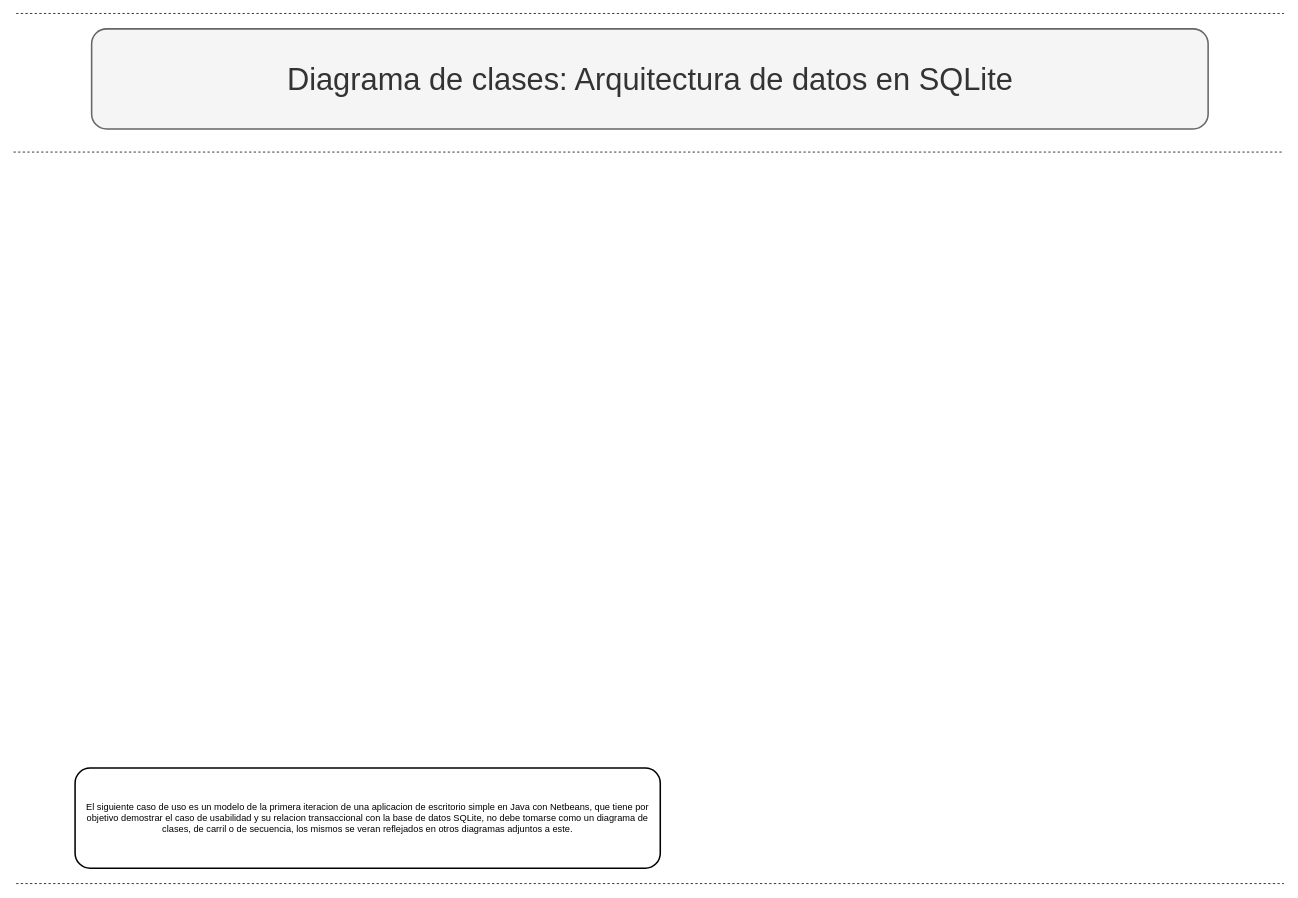
This is UML/classDiagram.drawio from jpromanonet/facultadClasesYProyectos, a draw.io file, before an edit. Source tidied: cells renumbered, new cells numbered last; positions are measured from the earlier drawing's top-left corner, leaving out a move shared by most shapes. Both pictures are drawn from the tidied source at 77%, with x=0, y=0 at pixel (13, 13).
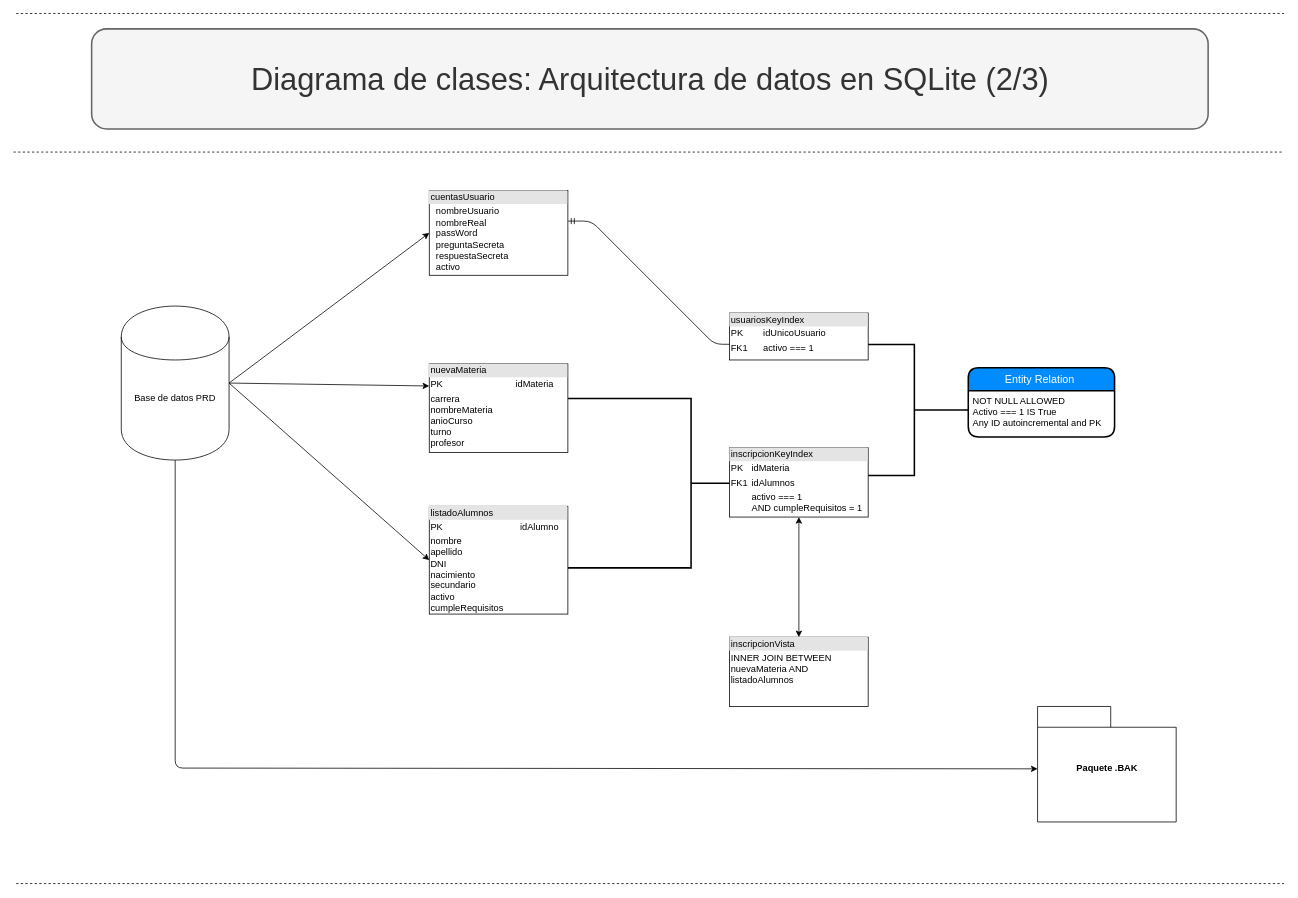
Above is the later version.

Commit message (it also covers changes not shown here):
Use case and class diagram

The edit, as a diff of the source:
```diff
@@
-    <mxCell id="2" value="El siguiente caso de uso es un modelo de la primera iteracion de una aplicacion de escritorio simple en Java con Netbeans, que tiene por objetivo demostrar el caso de usabilidad y su relacion transaccional con la base de datos SQLite, no debe tomarse como un diagrama de clases, de carril o de secuencia, los mismos se veran reflejados en otros diagramas adjuntos a este." style="text;html=1;strokeColor=#000000;fillColor=none;align=center;verticalAlign=middle;whiteSpace=wrap;rounded=1;strokeWidth=2;glass=0;" parent="1" vertex="1">
-      <mxGeometry x="80" y="980" width="760" height="130" as="geometry" />
-    </mxCell>
-    <mxCell id="3" value="&lt;font style=&quot;font-size: 40px&quot;&gt;Diagrama de clases: Arquitectura de datos en SQLite&lt;/font&gt;" style="text;html=1;align=center;verticalAlign=middle;whiteSpace=wrap;rounded=1;glass=0;fillColor=#f5f5f5;strokeColor=#666666;fontColor=#333333;strokeWidth=2;" parent="1" vertex="1">
+    <mxCell id="3" value="&lt;font style=&quot;font-size: 40px&quot;&gt;Diagrama de clases: Arquitectura de datos en SQLite (2/3)&lt;/font&gt;" style="text;html=1;align=center;verticalAlign=middle;whiteSpace=wrap;rounded=1;glass=0;fillColor=#f5f5f5;strokeColor=#666666;fontColor=#333333;strokeWidth=2;" parent="1" vertex="1">
       <mxGeometry x="101.5" y="20" width="1450" height="130" as="geometry" />
     </mxCell>
@@
+    <mxCell id="7" style="strokeWidth=2;html=1;shape=mxgraph.flowchart.annotation_2;align=left;labelPosition=right;direction=west;" parent="1" vertex="1">
+      <mxGeometry x="720" y="500" width="320" height="220" as="geometry" />
+    </mxCell>
+    <mxCell id="8" style="edgeStyle=entityRelationEdgeStyle;fontSize=12;html=1;endArrow=ERmandOne;startArrow=ERmandOne;entryX=0;entryY=0.5;entryDx=0;entryDy=0;exitX=1;exitY=0.5;exitDx=0;exitDy=0;" parent="1" edge="1">
+      <mxGeometry relative="1" as="geometry">
+        <mxPoint x="720.4" y="269.6" as="sourcePoint" />
+        <mxPoint x="940.4" y="429.6" as="targetPoint" />
+      </mxGeometry>
+    </mxCell>
+    <mxCell id="9" value="Entity Relation " style="swimlane;horizontal=1;startSize=30;fillColor=#008cff;fontColor=#FFFFFF;rounded=1;fontSize=14;fontStyle=0;strokeWidth=2;shadow=0;dashed=0;align=center;" parent="1" vertex="1">
+      <mxGeometry x="1240" y="460" width="190" height="90" as="geometry" />
+    </mxCell>
+    <mxCell id="10" value="NOT NULL ALLOWED&#10;Activo === 1 IS True&#10;Any ID autoincremental and PK&#10;" style="align=left;strokeColor=none;fillColor=none;spacingLeft=4;fontSize=12;verticalAlign=top;" parent="9" vertex="1">
+      <mxGeometry y="30" width="190" height="60" as="geometry" />
+    </mxCell>
+    <mxCell id="11" style="strokeWidth=2;html=1;shape=mxgraph.flowchart.annotation_2;align=left;labelPosition=right;direction=west;" parent="1" vertex="1">
+      <mxGeometry x="1100" y="430" width="140" height="170" as="geometry" />
+    </mxCell>
+    <mxCell id="12" value="&lt;div style=&quot;box-sizing: border-box ; width: 100% ; background: #e4e4e4 ; padding: 2px&quot;&gt;usuariosKeyIndex&lt;/div&gt;&lt;table style=&quot;width: 100% ; font-size: 1em&quot; cellpadding=&quot;2&quot; cellspacing=&quot;0&quot;&gt;&lt;tbody&gt;&lt;tr&gt;&lt;td&gt;PK&lt;/td&gt;&lt;td&gt;idUnicoUsuario&lt;/td&gt;&lt;/tr&gt;&lt;tr&gt;&lt;td&gt;FK1&lt;/td&gt;&lt;td&gt;activo === 1&lt;/td&gt;&lt;/tr&gt;&lt;tr&gt;&lt;td&gt;&lt;/td&gt;&lt;td&gt;&lt;br&gt;&lt;/td&gt;&lt;/tr&gt;&lt;/tbody&gt;&lt;/table&gt;" style="verticalAlign=top;align=left;overflow=fill;html=1;" parent="1" vertex="1">
+      <mxGeometry x="930" y="389" width="180" height="61" as="geometry" />
+    </mxCell>
+    <mxCell id="13" value="&lt;div style=&quot;box-sizing: border-box ; width: 100% ; background: #e4e4e4 ; padding: 2px&quot;&gt;inscripcionKeyIndex&lt;/div&gt;&lt;table style=&quot;width: 100% ; font-size: 1em&quot; cellpadding=&quot;2&quot; cellspacing=&quot;0&quot;&gt;&lt;tbody&gt;&lt;tr&gt;&lt;td&gt;PK&lt;/td&gt;&lt;td&gt;idMateria&lt;/td&gt;&lt;/tr&gt;&lt;tr&gt;&lt;td&gt;FK1&lt;/td&gt;&lt;td&gt;idAlumnos&lt;/td&gt;&lt;/tr&gt;&lt;tr&gt;&lt;td&gt;&lt;/td&gt;&lt;td&gt;activo === 1&lt;br&gt;AND cumpleRequisitos = 1&lt;/td&gt;&lt;/tr&gt;&lt;/tbody&gt;&lt;/table&gt;" style="verticalAlign=top;align=left;overflow=fill;html=1;" parent="1" vertex="1">
+      <mxGeometry x="930" y="564" width="180" height="90" as="geometry" />
+    </mxCell>
+    <mxCell id="14" value="Base de datos PRD" style="shape=cylinder;whiteSpace=wrap;html=1;boundedLbl=1;backgroundOutline=1;" parent="1" vertex="1">
+      <mxGeometry x="140" y="380" width="140" height="200" as="geometry" />
+    </mxCell>
+    <mxCell id="15" style="endArrow=classic;html=1;exitX=0.5;exitY=1;exitDx=0;exitDy=0;entryX=0;entryY=0.5;entryDx=0;entryDy=0;" parent="1" edge="1" source="14">
+      <mxGeometry relative="1" as="geometry">
+        <mxPoint x="1330" y="981" as="targetPoint" />
+        <Array as="points">
+          <mxPoint x="210" y="980" />
+        </Array>
+      </mxGeometry>
+    </mxCell>
+    <mxCell id="16" value="&lt;div style=&quot;box-sizing: border-box ; width: 100% ; background: #e4e4e4 ; padding: 2px&quot;&gt;cuentasUsuario&lt;/div&gt;&lt;table style=&quot;width: 100% ; font-size: 1em&quot; cellpadding=&quot;2&quot; cellspacing=&quot;0&quot;&gt;&lt;tbody&gt;&lt;tr&gt;&lt;td&gt;&lt;br&gt;&lt;/td&gt;&lt;td&gt;nombreUsuario&lt;br&gt;nombreReal&lt;br&gt;passWord&lt;br&gt;preguntaSecreta&lt;br&gt;respuestaSecreta&lt;br&gt;activo&lt;br&gt;&lt;br&gt;&lt;/td&gt;&lt;/tr&gt;&lt;tr&gt;&lt;td&gt;&lt;br&gt;&lt;/td&gt;&lt;td&gt;&lt;/td&gt;&lt;/tr&gt;&lt;/tbody&gt;&lt;/table&gt;" style="verticalAlign=top;align=left;overflow=fill;html=1;" parent="1" vertex="1">
+      <mxGeometry x="540" y="230" width="180" height="110" as="geometry" />
+    </mxCell>
+    <mxCell id="17" value="&lt;div style=&quot;box-sizing: border-box ; width: 100% ; background: #e4e4e4 ; padding: 2px&quot;&gt;nuevaMateria&lt;/div&gt;&lt;table style=&quot;width: 100% ; font-size: 1em&quot; cellpadding=&quot;2&quot; cellspacing=&quot;0&quot;&gt;&lt;tbody&gt;&lt;tr&gt;&lt;td&gt;PK&lt;/td&gt;&lt;td&gt;idMateria&lt;/td&gt;&lt;/tr&gt;&lt;tr&gt;&lt;td&gt;carrera&lt;br&gt;nombreMateria&lt;br&gt;anioCurso&lt;br&gt;turno&lt;br&gt;profesor&lt;/td&gt;&lt;td&gt;&lt;/td&gt;&lt;/tr&gt;&lt;/tbody&gt;&lt;/table&gt;" style="verticalAlign=top;align=left;overflow=fill;html=1;" parent="1" vertex="1">
+      <mxGeometry x="540" y="455" width="180" height="115" as="geometry" />
+    </mxCell>
+    <mxCell id="18" value="&lt;div style=&quot;box-sizing: border-box ; width: 100% ; background: #e4e4e4 ; padding: 2px&quot;&gt;listadoAlumnos&lt;/div&gt;&lt;table style=&quot;width: 100% ; font-size: 1em&quot; cellpadding=&quot;2&quot; cellspacing=&quot;0&quot;&gt;&lt;tbody&gt;&lt;tr&gt;&lt;td&gt;PK&lt;/td&gt;&lt;td&gt;idAlumno&lt;/td&gt;&lt;/tr&gt;&lt;tr&gt;&lt;td&gt;nombre&lt;br&gt;apellido&lt;br&gt;DNI&lt;br&gt;nacimiento&lt;br&gt;secundario&lt;br&gt;activo&lt;br&gt;cumpleRequisitos&lt;/td&gt;&lt;td&gt;&lt;/td&gt;&lt;/tr&gt;&lt;/tbody&gt;&lt;/table&gt;" style="verticalAlign=top;align=left;overflow=fill;html=1;" parent="1" vertex="1">
+      <mxGeometry x="540" y="640" width="180" height="140" as="geometry" />
+    </mxCell>
+    <mxCell id="19" value="&lt;blockquote style=&quot;text-align: justify&quot;&gt;Paquete .BAK&lt;/blockquote&gt;" style="shape=folder;fontStyle=1;spacingTop=10;tabWidth=95;tabHeight=27;tabPosition=left;html=1;" parent="1" vertex="1">
+      <mxGeometry x="1330" y="900" width="180" height="150" as="geometry" />
+    </mxCell>
+    <mxCell id="20" style="endArrow=classic;html=1;entryX=0;entryY=0.5;entryDx=0;entryDy=0;exitX=1;exitY=0.5;exitDx=0;exitDy=0;" parent="1" edge="1" source="14" target="16">
+      <mxGeometry relative="1" as="geometry" />
+    </mxCell>
+    <mxCell id="21" style="endArrow=classic;html=1;entryX=0;entryY=0.25;entryDx=0;entryDy=0;" parent="1" edge="1" target="17">
+      <mxGeometry relative="1" as="geometry">
+        <mxPoint x="280" y="480" as="sourcePoint" />
+      </mxGeometry>
+    </mxCell>
+    <mxCell id="22" style="endArrow=classic;html=1;exitX=1;exitY=0.5;exitDx=0;exitDy=0;entryX=0;entryY=0.5;entryDx=0;entryDy=0;" parent="1" edge="1" source="14" target="18">
+      <mxGeometry relative="1" as="geometry" />
+    </mxCell>
+    <mxCell id="23" value="&lt;div style=&quot;box-sizing: border-box ; width: 100% ; background: #e4e4e4 ; padding: 2px&quot;&gt;inscripcionVista&lt;/div&gt;&lt;table style=&quot;width: 100% ; font-size: 1em&quot; cellpadding=&quot;2&quot; cellspacing=&quot;0&quot;&gt;&lt;tbody&gt;&lt;tr&gt;&lt;td&gt;INNER JOIN BETWEEN &lt;br&gt;nuevaMateria AND&amp;nbsp;&lt;br&gt;listadoAlumnos&lt;br&gt;&lt;br&gt;&lt;/td&gt;&lt;td&gt;&lt;/td&gt;&lt;/tr&gt;&lt;/tbody&gt;&lt;/table&gt;" style="verticalAlign=top;align=left;overflow=fill;html=1;" parent="1" vertex="1">
+      <mxGeometry x="930" y="810" width="180" height="90" as="geometry" />
+    </mxCell>
+    <mxCell id="24" style="endArrow=classic;startArrow=classic;html=1;entryX=0.5;entryY=1;entryDx=0;entryDy=0;exitX=0.5;exitY=0;exitDx=0;exitDy=0;" parent="1" edge="1" source="23" target="13">
+      <mxGeometry relative="1" as="geometry" />
+    </mxCell>
```
